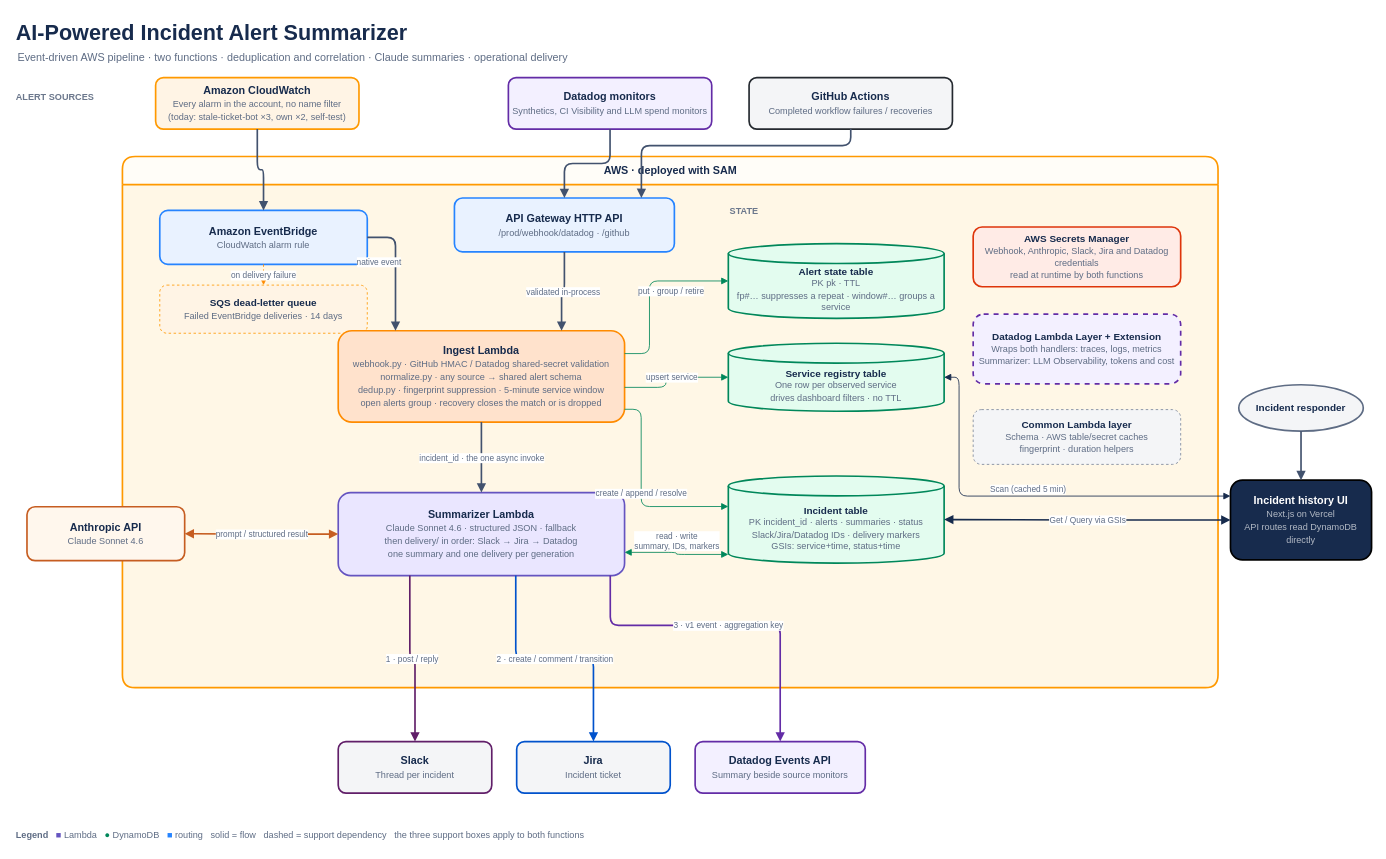
Earlier version of the draw.io diagram docs/architecture.drawio (snacksnack/ai-incident-summarizer). Source tidied: cells renumbered, new cells numbered last; positions are measured from the earlier drawing's top-left corner, leaving out a move shared by most shapes. Both pictures are drawn from the tidied source at 83%, with x=0, y=0 at pixel (14, 14).
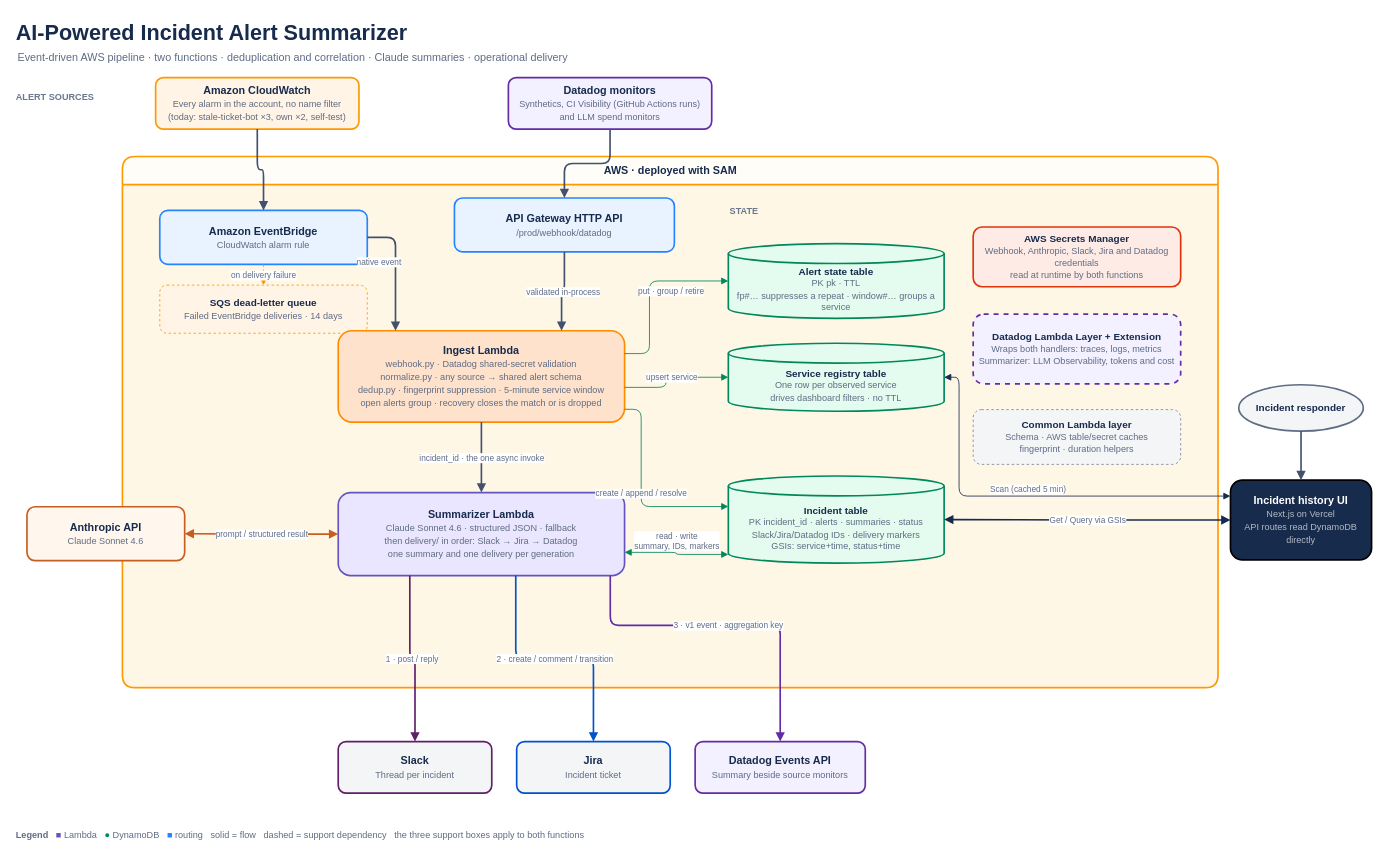
The same page after the edit.

What changed in the source:
```diff
@@
-    <mxCell id="6" value="&lt;b&gt;Datadog monitors&lt;/b&gt;&lt;br&gt;&lt;font style=&quot;font-size:11px;color:#5E6C84&quot;&gt;Synthetics, CI Visibility and LLM spend monitors&lt;/font&gt;" style="rounded=1;whiteSpace=wrap;html=1;fillColor=#F3F0FF;strokeColor=#632CA6;strokeWidth=2;fontSize=13;fontColor=#172B4D;" parent="1" vertex="1">
+    <mxCell id="6" value="&lt;b&gt;Datadog monitors&lt;/b&gt;&lt;br&gt;&lt;font style=&quot;font-size:11px;color:#5E6C84&quot;&gt;Synthetics, CI Visibility (GitHub Actions runs)&lt;br&gt;and LLM spend monitors&lt;/font&gt;" style="rounded=1;whiteSpace=wrap;html=1;fillColor=#F3F0FF;strokeColor=#632CA6;strokeWidth=2;fontSize=13;fontColor=#172B4D;" parent="1" vertex="1">
       <mxGeometry x="595" y="76" width="245" height="62" as="geometry" />
     </mxCell>
-    <mxCell id="7" value="&lt;b&gt;GitHub Actions&lt;/b&gt;&lt;br&gt;&lt;font style=&quot;font-size:11px;color:#5E6C84&quot;&gt;Completed workflow failures / recoveries&lt;/font&gt;" style="rounded=1;whiteSpace=wrap;html=1;fillColor=#F4F5F7;strokeColor=#24292F;strokeWidth=2;fontSize=13;fontColor=#172B4D;" parent="1" vertex="1">
-      <mxGeometry x="885" y="76" width="245" height="62" as="geometry" />
-    </mxCell>
@@
-    <mxCell id="11" value="&lt;b&gt;API Gateway HTTP API&lt;/b&gt;&lt;br&gt;&lt;font style=&quot;font-size:11px;color:#5E6C84&quot;&gt;/prod/webhook/datadog · /github&lt;/font&gt;" style="rounded=1;whiteSpace=wrap;html=1;fillColor=#E9F2FF;strokeColor=#2684FF;strokeWidth=2;fontSize=13;fontColor=#172B4D;" parent="1" vertex="1">
+    <mxCell id="11" value="&lt;b&gt;API Gateway HTTP API&lt;/b&gt;&lt;br&gt;&lt;font style=&quot;font-size:11px;color:#5E6C84&quot;&gt;/prod/webhook/datadog&lt;/font&gt;" style="rounded=1;whiteSpace=wrap;html=1;fillColor=#E9F2FF;strokeColor=#2684FF;strokeWidth=2;fontSize=13;fontColor=#172B4D;" parent="1" vertex="1">
       <mxGeometry x="530" y="221" width="265" height="65" as="geometry" />
     </mxCell>
-    <mxCell id="12" value="&lt;b&gt;Ingest Lambda&lt;/b&gt;&lt;br&gt;&lt;font style=&quot;font-size:11px;color:#5E6C84&quot;&gt;webhook.py · GitHub HMAC / Datadog shared-secret validation&lt;br&gt;normalize.py · any source → shared alert schema&lt;br&gt;dedup.py · fingerprint suppression · 5-minute service window&lt;br&gt;open alerts group · recovery closes the match or is dropped&lt;/font&gt;" style="rounded=1;whiteSpace=wrap;html=1;fillColor=#FFE2CC;strokeColor=#FF8B00;strokeWidth=2;fontSize=13;fontColor=#172B4D;" parent="1" vertex="1">
+    <mxCell id="12" value="&lt;b&gt;Ingest Lambda&lt;/b&gt;&lt;br&gt;&lt;font style=&quot;font-size:11px;color:#5E6C84&quot;&gt;webhook.py · Datadog shared-secret validation&lt;br&gt;normalize.py · any source → shared alert schema&lt;br&gt;dedup.py · fingerprint suppression · 5-minute service window&lt;br&gt;open alerts group · recovery closes the match or is dropped&lt;/font&gt;" style="rounded=1;whiteSpace=wrap;html=1;fillColor=#FFE2CC;strokeColor=#FF8B00;strokeWidth=2;fontSize=13;fontColor=#172B4D;" parent="1" vertex="1">
       <mxGeometry x="390" y="381" width="345" height="110" as="geometry" />
     </mxCell>
@@
-    <mxCell id="30" style="edgeStyle=orthogonalEdgeStyle;html=1;strokeWidth=2;endArrow=block;endFill=1;strokeColor=#42526E;fontSize=10;fontColor=#5E6C84;exitX=0.5;exitY=1;entryX=0.85;entryY=0;" parent="1" edge="1" source="7" target="11">
-      <mxGeometry relative="1" as="geometry">
-        <Array as="points">
-          <mxPoint x="1007" y="158" />
-        </Array>
-      </mxGeometry>
-    </mxCell>
```
